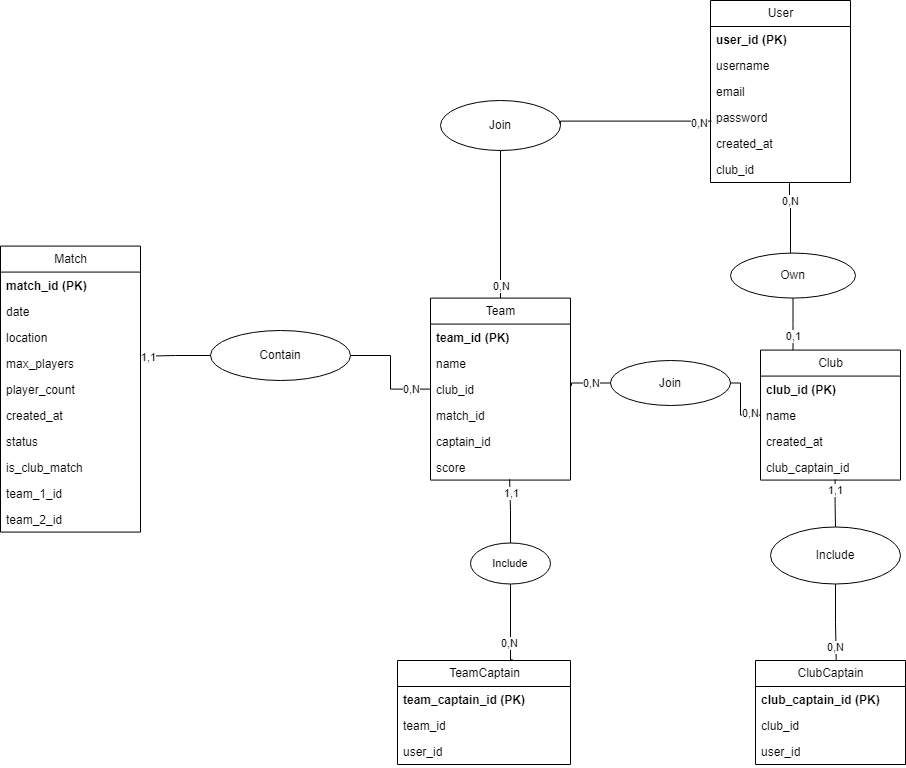
Mathistrg/Styx keeps this draw.io diagram as MCD.drawio.png. Above is the earlier version. Source tidied: cells renumbered, new cells last; positions are measured from the earlier drawing's top-left corner, leaving out a move shared by most shapes.
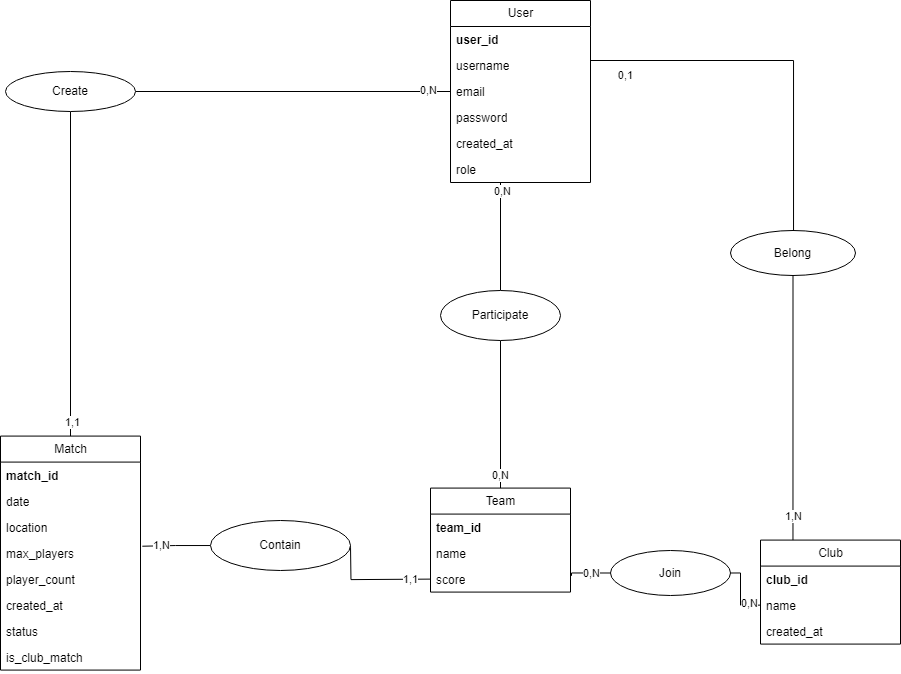
After the change.

Commit message:
Mettre à jour MCD.drawio.png

Change to the diagram source:
```diff
@@ -2,10 +2,16 @@
   <root>
     <mxCell id="0" />
     <mxCell id="1" parent="0" />
+    <mxCell id="70" style="edgeStyle=orthogonalEdgeStyle;rounded=0;jettySize=auto;html=1;endArrow=none;endFill=0;" parent="1" edge="1" source="75" target="9">
+      <mxGeometry relative="1" as="geometry" />
+    </mxCell>
+    <mxCell id="71" value="1,1" style="edgeLabel;html=1;align=center;verticalAlign=middle;" parent="70" vertex="1">
+      <mxGeometry x="0.91" y="2" relative="1" as="geometry" />
+    </mxCell>
     <mxCell id="2" value="User" style="swimlane;fontStyle=0;horizontal=1;startSize=26;fillColor=none;html=1;" parent="1" vertex="1">
-      <mxGeometry x="710" width="140" height="182" as="geometry" />
+      <mxGeometry x="450" y="-190" width="140" height="182" as="geometry" />
     </mxCell>
-    <mxCell id="3" value="&lt;b&gt;user_id (PK)&lt;/b&gt;" style="text;strokeColor=none;fillColor=none;align=left;verticalAlign=top;spacingLeft=4;spacingRight=4;overflow=hidden;whiteSpace=wrap;html=1;" parent="2" vertex="1">
+    <mxCell id="3" value="&lt;b&gt;user_id&amp;nbsp;&lt;/b&gt;" style="text;strokeColor=none;fillColor=none;align=left;verticalAlign=top;spacingLeft=4;spacingRight=4;overflow=hidden;whiteSpace=wrap;html=1;" parent="2" vertex="1">
       <mxGeometry y="26" width="140" height="26" as="geometry" />
     </mxCell>
     <mxCell id="4" value="username" style="text;strokeColor=none;fillColor=none;align=left;verticalAlign=top;spacingLeft=4;spacingRight=4;overflow=hidden;whiteSpace=wrap;html=1;" parent="2" vertex="1">
@@ -20,13 +26,13 @@
     <mxCell id="7" value="created_at" style="text;strokeColor=none;fillColor=none;align=left;verticalAlign=top;spacingLeft=4;spacingRight=4;overflow=hidden;whiteSpace=wrap;html=1;" parent="2" vertex="1">
       <mxGeometry y="130" width="140" height="26" as="geometry" />
     </mxCell>
-    <mxCell id="8" value="club_id" style="text;strokeColor=none;fillColor=none;align=left;verticalAlign=top;spacingLeft=4;spacingRight=4;overflow=hidden;points=[[0,0.5],[1,0.5]];portConstraint=eastwest;whiteSpace=wrap;html=1;" parent="2" vertex="1">
-      <mxGeometry y="156" width="140" height="26" as="geometry" />
-    </mxCell>
+    <mxCell id="72" value="role" style="text;strokeColor=none;fillColor=none;align=left;verticalAlign=top;spacingLeft=4;spacingRight=4;overflow=hidden;whiteSpace=wrap;html=1;" parent="2" vertex="1">
+      <mxGeometry y="156" width="140" height="26" as="geometry" />
+    </mxCell>
     <mxCell id="9" value="Match" style="swimlane;fontStyle=0;horizontal=1;startSize=26;fillColor=none;html=1;" parent="1" vertex="1">
-      <mxGeometry y="245.6" width="140" height="286" as="geometry" />
+      <mxGeometry y="245.6" width="140" height="234" as="geometry" />
     </mxCell>
-    <mxCell id="10" value="&lt;b&gt;match_id (PK)&lt;/b&gt;" style="text;strokeColor=none;fillColor=none;align=left;verticalAlign=top;spacingLeft=4;spacingRight=4;overflow=hidden;whiteSpace=wrap;html=1;" parent="9" vertex="1">
+    <mxCell id="10" value="&lt;b&gt;match_id&lt;/b&gt;" style="text;strokeColor=none;fillColor=none;align=left;verticalAlign=top;spacingLeft=4;spacingRight=4;overflow=hidden;whiteSpace=wrap;html=1;" parent="9" vertex="1">
       <mxGeometry y="26" width="140" height="26" as="geometry" />
     </mxCell>
     <mxCell id="11" value="date" style="text;strokeColor=none;fillColor=none;align=left;verticalAlign=top;spacingLeft=4;spacingRight=4;overflow=hidden;whiteSpace=wrap;html=1;" parent="9" vertex="1">
@@ -50,16 +56,10 @@
     <mxCell id="17" value="is_club_match" style="text;strokeColor=none;fillColor=none;align=left;verticalAlign=top;spacingLeft=4;spacingRight=4;overflow=hidden;whiteSpace=wrap;html=1;" parent="9" vertex="1">
       <mxGeometry y="208" width="140" height="26" as="geometry" />
     </mxCell>
-    <mxCell id="18" value="team_1_id" style="text;strokeColor=none;fillColor=none;align=left;verticalAlign=top;spacingLeft=4;spacingRight=4;overflow=hidden;whiteSpace=wrap;html=1;" parent="9" vertex="1">
-      <mxGeometry y="234" width="140" height="26" as="geometry" />
-    </mxCell>
-    <mxCell id="19" value="team_2_id" style="text;strokeColor=none;fillColor=none;align=left;verticalAlign=top;spacingLeft=4;spacingRight=4;overflow=hidden;whiteSpace=wrap;html=1;" parent="9" vertex="1">
-      <mxGeometry y="260" width="140" height="26" as="geometry" />
-    </mxCell>
     <mxCell id="20" value="Club" style="swimlane;fontStyle=0;horizontal=1;startSize=26;fillColor=none;html=1;" parent="1" vertex="1">
-      <mxGeometry x="760" y="349.6" width="140" height="130" as="geometry" />
+      <mxGeometry x="760" y="349.6" width="140" height="104" as="geometry" />
     </mxCell>
-    <mxCell id="21" value="&lt;b&gt;club_id (PK)&lt;/b&gt;" style="text;strokeColor=none;fillColor=none;align=left;verticalAlign=top;spacingLeft=4;spacingRight=4;overflow=hidden;whiteSpace=wrap;html=1;" parent="20" vertex="1">
+    <mxCell id="21" value="&lt;b&gt;club_id&lt;/b&gt;" style="text;strokeColor=none;fillColor=none;align=left;verticalAlign=top;spacingLeft=4;spacingRight=4;overflow=hidden;whiteSpace=wrap;html=1;" parent="20" vertex="1">
       <mxGeometry y="26" width="140" height="26" as="geometry" />
     </mxCell>
     <mxCell id="22" value="name" style="text;strokeColor=none;fillColor=none;align=left;verticalAlign=top;spacingLeft=4;spacingRight=4;overflow=hidden;points=[[0,0.5],[1,0.5]];portConstraint=eastwest;whiteSpace=wrap;html=1;" parent="20" vertex="1">
@@ -68,9 +68,6 @@
     <mxCell id="23" value="created_at" style="text;strokeColor=none;fillColor=none;align=left;verticalAlign=top;spacingLeft=4;spacingRight=4;overflow=hidden;whiteSpace=wrap;html=1;" parent="20" vertex="1">
       <mxGeometry y="78" width="140" height="26" as="geometry" />
     </mxCell>
-    <mxCell id="24" value="club_captain_id" style="text;strokeColor=none;fillColor=none;align=left;verticalAlign=top;spacingLeft=4;spacingRight=4;overflow=hidden;points=[[0,0.5],[1,0.5]];portConstraint=eastwest;whiteSpace=wrap;html=1;" parent="20" vertex="1">
-      <mxGeometry y="104" width="140" height="26" as="geometry" />
-    </mxCell>
     <mxCell id="25" style="edgeStyle=orthogonalEdgeStyle;rounded=0;jettySize=auto;html=1;endArrow=none;endFill=0;" parent="1" edge="1" source="61" target="20">
       <mxGeometry relative="1" as="geometry">
         <Array as="points">
@@ -79,31 +76,22 @@
         </Array>
       </mxGeometry>
     </mxCell>
-    <mxCell id="26" value="0,1" style="edgeLabel;html=1;align=center;verticalAlign=middle;" parent="25" vertex="1">
+    <mxCell id="26" value="1,N" style="edgeLabel;html=1;align=center;verticalAlign=middle;" parent="25" vertex="1">
       <mxGeometry x="0.9" y="-1" relative="1" as="geometry">
         <mxPoint x="1" y="-11" as="offset" />
       </mxGeometry>
     </mxCell>
     <mxCell id="27" value="Team" style="swimlane;fontStyle=0;horizontal=1;startSize=26;fillColor=none;html=1;" parent="1" vertex="1">
-      <mxGeometry x="430" y="297.6" width="140" height="182" as="geometry" />
+      <mxGeometry x="430" y="297.6" width="140" height="104" as="geometry" />
     </mxCell>
-    <mxCell id="28" value="&lt;b&gt;team_id (PK)&lt;/b&gt;" style="text;strokeColor=none;fillColor=none;align=left;verticalAlign=top;spacingLeft=4;spacingRight=4;overflow=hidden;whiteSpace=wrap;html=1;" parent="27" vertex="1">
+    <mxCell id="28" value="&lt;b&gt;team_id&lt;/b&gt;" style="text;strokeColor=none;fillColor=none;align=left;verticalAlign=top;spacingLeft=4;spacingRight=4;overflow=hidden;whiteSpace=wrap;html=1;" parent="27" vertex="1">
       <mxGeometry y="26" width="140" height="26" as="geometry" />
     </mxCell>
     <mxCell id="29" value="name" style="text;strokeColor=none;fillColor=none;align=left;verticalAlign=top;spacingLeft=4;spacingRight=4;overflow=hidden;whiteSpace=wrap;html=1;" parent="27" vertex="1">
       <mxGeometry y="52" width="140" height="26" as="geometry" />
     </mxCell>
-    <mxCell id="30" value="club_id" style="text;strokeColor=none;fillColor=none;align=left;verticalAlign=top;spacingLeft=4;spacingRight=4;overflow=hidden;points=[[0,0.5],[1,0.5]];portConstraint=eastwest;whiteSpace=wrap;html=1;" parent="27" vertex="1">
-      <mxGeometry y="78" width="140" height="26" as="geometry" />
-    </mxCell>
-    <mxCell id="31" value="match_id" style="text;strokeColor=none;fillColor=none;align=left;verticalAlign=top;spacingLeft=4;spacingRight=4;overflow=hidden;whiteSpace=wrap;html=1;" parent="27" vertex="1">
-      <mxGeometry y="104" width="140" height="26" as="geometry" />
-    </mxCell>
-    <mxCell id="32" value="captain_id" style="text;strokeColor=none;fillColor=none;align=left;verticalAlign=top;spacingLeft=4;spacingRight=4;overflow=hidden;whiteSpace=wrap;html=1;" parent="27" vertex="1">
-      <mxGeometry y="130" width="140" height="26" as="geometry" />
-    </mxCell>
     <mxCell id="33" value="score" style="text;strokeColor=none;fillColor=none;align=left;verticalAlign=top;spacingLeft=4;spacingRight=4;overflow=hidden;points=[[0,0.5],[1,0.5]];portConstraint=eastwest;whiteSpace=wrap;html=1;" parent="27" vertex="1">
-      <mxGeometry y="156" width="140" height="26" as="geometry" />
+      <mxGeometry y="78" width="140" height="26" as="geometry" />
     </mxCell>
     <mxCell id="34" style="edgeStyle=orthogonalEdgeStyle;rounded=0;jettySize=auto;html=1;entryX=0.5;entryY=0;entryDx=0;entryDy=0;endArrow=none;endFill=0;" parent="1" edge="1" source="55" target="27">
       <mxGeometry relative="1" as="geometry" />
@@ -116,87 +104,31 @@
     <mxCell id="36" style="edgeStyle=orthogonalEdgeStyle;rounded=0;jettySize=auto;html=1;entryX=1.013;entryY=0.236;entryDx=0;entryDy=0;endArrow=none;endFill=0;entryPerimeter=0;" parent="1" edge="1" source="58" target="13">
       <mxGeometry relative="1" as="geometry" />
     </mxCell>
-    <mxCell id="37" value="1,1" style="edgeLabel;html=1;align=center;verticalAlign=middle;" parent="36" vertex="1">
-      <mxGeometry x="0.84" y="1" relative="1" as="geometry" />
+    <mxCell id="37" value="1,N" style="edgeLabel;html=1;align=center;verticalAlign=middle;" parent="36" vertex="1">
+      <mxGeometry x="0.84" y="1" relative="1" as="geometry">
+        <mxPoint x="13" y="-2" as="offset" />
+      </mxGeometry>
     </mxCell>
-    <mxCell id="38" style="edgeStyle=orthogonalEdgeStyle;rounded=0;jettySize=auto;html=1;entryX=0.565;entryY=0.967;entryDx=0;entryDy=0;endArrow=none;endFill=0;exitX=0.5;exitY=0;exitDx=0;exitDy=0;entryPerimeter=0;" parent="1" edge="1" source="52" target="33">
-      <mxGeometry relative="1" as="geometry">
-        <Array as="points">
-          <mxPoint x="510" y="543" />
-          <mxPoint x="510" y="510" />
-          <mxPoint x="509" y="510" />
-        </Array>
-      </mxGeometry>
-    </mxCell>
-    <mxCell id="39" value="1,1" style="edgeLabel;html=1;align=center;verticalAlign=middle;" parent="38" vertex="1">
-      <mxGeometry x="0.82" y="1" relative="1" as="geometry">
-        <mxPoint x="2" y="8" as="offset" />
-      </mxGeometry>
-    </mxCell>
-    <mxCell id="40" style="edgeStyle=orthogonalEdgeStyle;rounded=0;jettySize=auto;html=1;endArrow=none;endFill=0;entryX=0.538;entryY=-0.005;entryDx=0;entryDy=0;entryPerimeter=0;" parent="1" edge="1" source="64" target="42">
-      <mxGeometry relative="1" as="geometry" />
-    </mxCell>
-    <mxCell id="41" value="0,N" style="edgeLabel;html=1;align=center;verticalAlign=middle;" parent="40" vertex="1">
-      <mxGeometry x="0.83" y="2" relative="1" as="geometry">
-        <mxPoint x="-3" y="-6" as="offset" />
-      </mxGeometry>
-    </mxCell>
-    <mxCell id="42" value="ClubCaptain" style="swimlane;fontStyle=0;horizontal=1;startSize=26;fillColor=none;html=1;" parent="1" vertex="1">
-      <mxGeometry x="755" y="660" width="150" height="104" as="geometry" />
-    </mxCell>
-    <mxCell id="43" value="&lt;b&gt;club_captain_id (PK)&lt;/b&gt;" style="text;strokeColor=none;fillColor=none;align=left;verticalAlign=top;spacingLeft=4;spacingRight=4;overflow=hidden;whiteSpace=wrap;html=1;" parent="42" vertex="1">
-      <mxGeometry y="26" width="150" height="26" as="geometry" />
-    </mxCell>
-    <mxCell id="44" value="club_id" style="text;strokeColor=none;fillColor=none;align=left;verticalAlign=top;spacingLeft=4;spacingRight=4;overflow=hidden;whiteSpace=wrap;html=1;" parent="42" vertex="1">
-      <mxGeometry y="52" width="150" height="26" as="geometry" />
-    </mxCell>
-    <mxCell id="45" value="user_id" style="text;strokeColor=none;fillColor=none;align=left;verticalAlign=top;spacingLeft=4;spacingRight=4;overflow=hidden;whiteSpace=wrap;html=1;" parent="42" vertex="1">
-      <mxGeometry y="78" width="150" height="26" as="geometry" />
-    </mxCell>
-    <mxCell id="46" value="TeamCaptain" style="swimlane;fontStyle=0;horizontal=1;startSize=26;fillColor=none;html=1;" parent="1" vertex="1">
-      <mxGeometry x="397" y="660" width="173" height="104" as="geometry" />
-    </mxCell>
-    <mxCell id="47" value="&lt;b&gt;team_captain_id (PK)&lt;/b&gt;" style="text;strokeColor=none;fillColor=none;align=left;verticalAlign=top;spacingLeft=4;spacingRight=4;overflow=hidden;whiteSpace=wrap;html=1;" parent="46" vertex="1">
-      <mxGeometry y="26" width="173" height="26" as="geometry" />
-    </mxCell>
-    <mxCell id="48" value="team_id" style="text;strokeColor=none;fillColor=none;align=left;verticalAlign=top;spacingLeft=4;spacingRight=4;overflow=hidden;whiteSpace=wrap;html=1;" parent="46" vertex="1">
-      <mxGeometry y="52" width="173" height="26" as="geometry" />
-    </mxCell>
-    <mxCell id="49" value="user_id" style="text;strokeColor=none;fillColor=none;align=left;verticalAlign=top;spacingLeft=4;spacingRight=4;overflow=hidden;whiteSpace=wrap;html=1;" parent="46" vertex="1">
-      <mxGeometry y="78" width="173" height="26" as="geometry" />
-    </mxCell>
-    <mxCell id="50" style="edgeStyle=orthogonalEdgeStyle;rounded=0;jettySize=auto;html=1;entryX=0.5;entryY=1;entryDx=0;entryDy=0;endArrow=none;endFill=0;exitX=0.666;exitY=-0.007;exitDx=0;exitDy=0;exitPerimeter=0;" parent="1" edge="1" source="46" target="52">
-      <mxGeometry relative="1" as="geometry">
-        <Array as="points">
-          <mxPoint x="510" y="659" />
-        </Array>
-      </mxGeometry>
-    </mxCell>
-    <mxCell id="51" value="0,N" style="edgeLabel;html=1;align=center;verticalAlign=middle;" parent="50" vertex="1">
-      <mxGeometry x="-0.86" y="-2" relative="1" as="geometry">
-        <mxPoint x="-4" y="-13" as="offset" />
-      </mxGeometry>
-    </mxCell>
-    <mxCell id="52" value="&lt;span style=&quot;font-size: 11px; text-wrap-mode: nowrap; background-color: rgb(255, 255, 255);&quot;&gt;Include&lt;/span&gt;" style="ellipse;whiteSpace=wrap;html=1;" parent="1" vertex="1">
-      <mxGeometry x="470" y="542.5" width="80" height="41" as="geometry" />
-    </mxCell>
-    <mxCell id="53" style="edgeStyle=orthogonalEdgeStyle;rounded=0;jettySize=auto;html=1;entryX=1;entryY=0.5;entryDx=0;entryDy=0;endArrow=none;endFill=0;exitX=0.007;exitY=0.639;exitDx=0;exitDy=0;exitPerimeter=0;" parent="1" edge="1" source="6" target="55">
+    <mxCell id="53" style="edgeStyle=orthogonalEdgeStyle;rounded=0;jettySize=auto;html=1;entryX=0.5;entryY=0;entryDx=0;entryDy=0;endArrow=none;endFill=0;" parent="1" edge="1" source="2" target="55">
       <mxGeometry relative="1" as="geometry">
         <Array as="points">
-          <mxPoint x="560" y="121" />
+          <mxPoint x="500" y="100" />
         </Array>
       </mxGeometry>
     </mxCell>
     <mxCell id="54" value="0,N" style="edgeLabel;html=1;align=center;verticalAlign=middle;" parent="53" vertex="1">
       <mxGeometry x="-0.84" y="2" relative="1" as="geometry" />
     </mxCell>
-    <mxCell id="55" value="Join" style="ellipse;whiteSpace=wrap;html=1;" parent="1" vertex="1">
+    <mxCell id="55" value="Participate" style="ellipse;whiteSpace=wrap;html=1;" parent="1" vertex="1">
       <mxGeometry x="440" y="100" width="120" height="50" as="geometry" />
     </mxCell>
-    <mxCell id="56" style="edgeStyle=orthogonalEdgeStyle;rounded=0;jettySize=auto;html=1;entryX=1;entryY=0.5;entryDx=0;entryDy=0;endArrow=none;endFill=0;" parent="1" edge="1" source="30" target="58">
-      <mxGeometry relative="1" as="geometry" />
+    <mxCell id="56" style="edgeStyle=orthogonalEdgeStyle;rounded=0;orthogonalLoop=1;jettySize=auto;html=1;entryX=1;entryY=0.5;entryDx=0;entryDy=0;endArrow=none;endFill=0;" parent="1" edge="1">
+      <mxGeometry relative="1" as="geometry">
+        <mxPoint x="430" y="388.6" as="sourcePoint" />
+        <mxPoint x="350" y="355" as="targetPoint" />
+      </mxGeometry>
     </mxCell>
-    <mxCell id="57" value="0,N" style="edgeLabel;html=1;align=center;verticalAlign=middle;" parent="56" vertex="1">
+    <mxCell id="57" value="1,1" style="edgeLabel;html=1;align=center;verticalAlign=middle;" parent="56" vertex="1">
       <mxGeometry x="-0.81" y="-1" relative="1" as="geometry">
         <mxPoint x="-9" y="1" as="offset" />
       </mxGeometry>
@@ -204,35 +136,26 @@
     <mxCell id="58" value="Contain" style="ellipse;whiteSpace=wrap;html=1;" parent="1" vertex="1">
       <mxGeometry x="210" y="330" width="140" height="50" as="geometry" />
     </mxCell>
-    <mxCell id="59" style="edgeStyle=orthogonalEdgeStyle;rounded=0;jettySize=auto;html=1;endArrow=none;endFill=0;exitX=0.564;exitY=1.026;exitDx=0;exitDy=0;exitPerimeter=0;" parent="1" edge="1" source="8" target="61">
+    <mxCell id="59" style="edgeStyle=orthogonalEdgeStyle;rounded=0;jettySize=auto;html=1;endArrow=none;endFill=0;entryX=0.5;entryY=0;entryDx=0;entryDy=0;" parent="1" edge="1" source="2" target="61">
       <mxGeometry relative="1" as="geometry">
         <Array as="points">
-          <mxPoint x="789" y="204" />
-          <mxPoint x="790" y="204" />
+          <mxPoint x="793" y="-130" />
+          <mxPoint x="793" y="40" />
         </Array>
       </mxGeometry>
     </mxCell>
-    <mxCell id="60" value="0,N" style="edgeLabel;html=1;align=center;verticalAlign=middle;" parent="59" vertex="1">
+    <mxCell id="60" value="0,1" style="edgeLabel;html=1;align=center;verticalAlign=middle;" parent="59" vertex="1">
       <mxGeometry x="-0.84" y="-3" relative="1" as="geometry">
         <mxPoint x="4" y="12" as="offset" />
       </mxGeometry>
     </mxCell>
-    <mxCell id="61" value="Own" style="ellipse;whiteSpace=wrap;html=1;" parent="1" vertex="1">
-      <mxGeometry x="730" y="252.6" width="125" height="45" as="geometry" />
+    <mxCell id="61" value="Belong" style="ellipse;whiteSpace=wrap;html=1;" parent="1" vertex="1">
+      <mxGeometry x="730" y="40" width="125" height="45" as="geometry" />
     </mxCell>
-    <mxCell id="62" style="edgeStyle=orthogonalEdgeStyle;rounded=0;jettySize=auto;html=1;endArrow=none;endFill=0;exitX=0.533;exitY=0.972;exitDx=0;exitDy=0;exitPerimeter=0;" parent="1" edge="1" source="24" target="64">
-      <mxGeometry relative="1" as="geometry" />
-    </mxCell>
-    <mxCell id="63" value="1,1" style="edgeLabel;html=1;align=center;verticalAlign=middle;" parent="62" vertex="1">
-      <mxGeometry x="-0.85" y="2" relative="1" as="geometry">
-        <mxPoint x="-2" y="7" as="offset" />
-      </mxGeometry>
-    </mxCell>
-    <mxCell id="64" value="Include" style="ellipse;whiteSpace=wrap;html=1;" parent="1" vertex="1">
-      <mxGeometry x="770" y="526.5" width="130" height="57" as="geometry" />
-    </mxCell>
-    <mxCell id="65" style="edgeStyle=orthogonalEdgeStyle;rounded=0;jettySize=auto;html=1;entryX=1.007;entryY=0.375;entryDx=0;entryDy=0;endArrow=none;endFill=0;exitX=0;exitY=0.5;exitDx=0;exitDy=0;entryPerimeter=0;" parent="1" edge="1" source="69" target="30">
-      <mxGeometry relative="1" as="geometry" />
+    <mxCell id="65" style="edgeStyle=orthogonalEdgeStyle;rounded=0;jettySize=auto;html=1;entryX=1.007;entryY=0.375;entryDx=0;entryDy=0;endArrow=none;endFill=0;exitX=0;exitY=0.5;exitDx=0;exitDy=0;entryPerimeter=0;" parent="1" edge="1" source="69">
+      <mxGeometry relative="1" as="geometry">
+        <mxPoint x="571" y="385.3" as="targetPoint" />
+      </mxGeometry>
     </mxCell>
     <mxCell id="66" value="0,N" style="edgeLabel;html=1;align=center;verticalAlign=middle;" parent="65" vertex="1">
       <mxGeometry x="0.8" y="-1" relative="1" as="geometry">
@@ -248,5 +171,14 @@
     <mxCell id="69" value="Join" style="ellipse;whiteSpace=wrap;html=1;" parent="1" vertex="1">
       <mxGeometry x="610" y="360" width="120" height="45" as="geometry" />
     </mxCell>
+    <mxCell id="73" style="edgeStyle=orthogonalEdgeStyle;rounded=0;jettySize=auto;html=1;endArrow=none;endFill=0;" parent="1" edge="1" source="2" target="75">
+      <mxGeometry relative="1" as="geometry" />
+    </mxCell>
+    <mxCell id="74" value="0,N" style="edgeLabel;html=1;align=center;verticalAlign=middle;" parent="73" vertex="1">
+      <mxGeometry x="-0.86" y="-1" relative="1" as="geometry" />
+    </mxCell>
+    <mxCell id="75" value="Create" style="ellipse;whiteSpace=wrap;html=1;" parent="1" vertex="1">
+      <mxGeometry x="5" y="-119" width="130" height="40" as="geometry" />
+    </mxCell>
   </root>
 </mxGraphModel>
```
